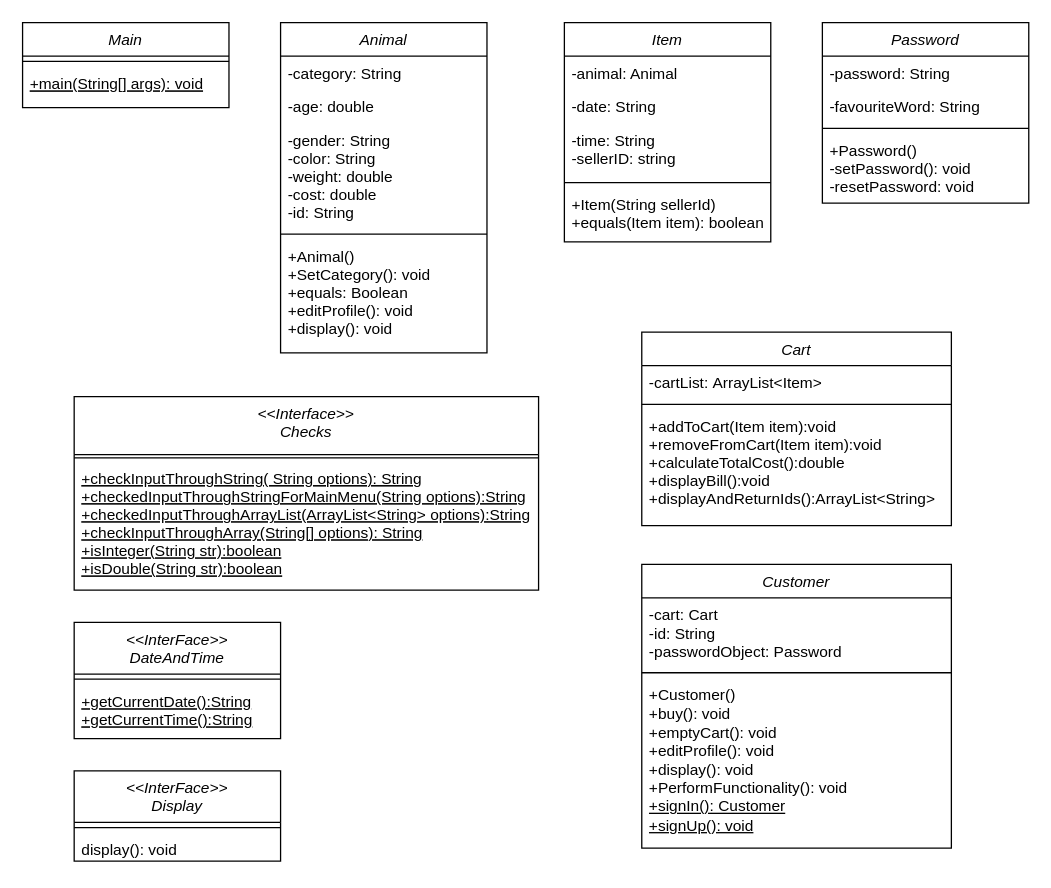
This is Diagram/ Analys_reflektion.drawio from GitoPot/Analys_reflektion, a draw.io file, before an edit. Source tidied: cells renumbered, new cells numbered last; positions are measured from the earlier drawing's top-left corner, leaving out a move shared by most shapes. Both pictures are drawn from the tidied source at 129%, with x=0, y=0 at pixel (22, 22).
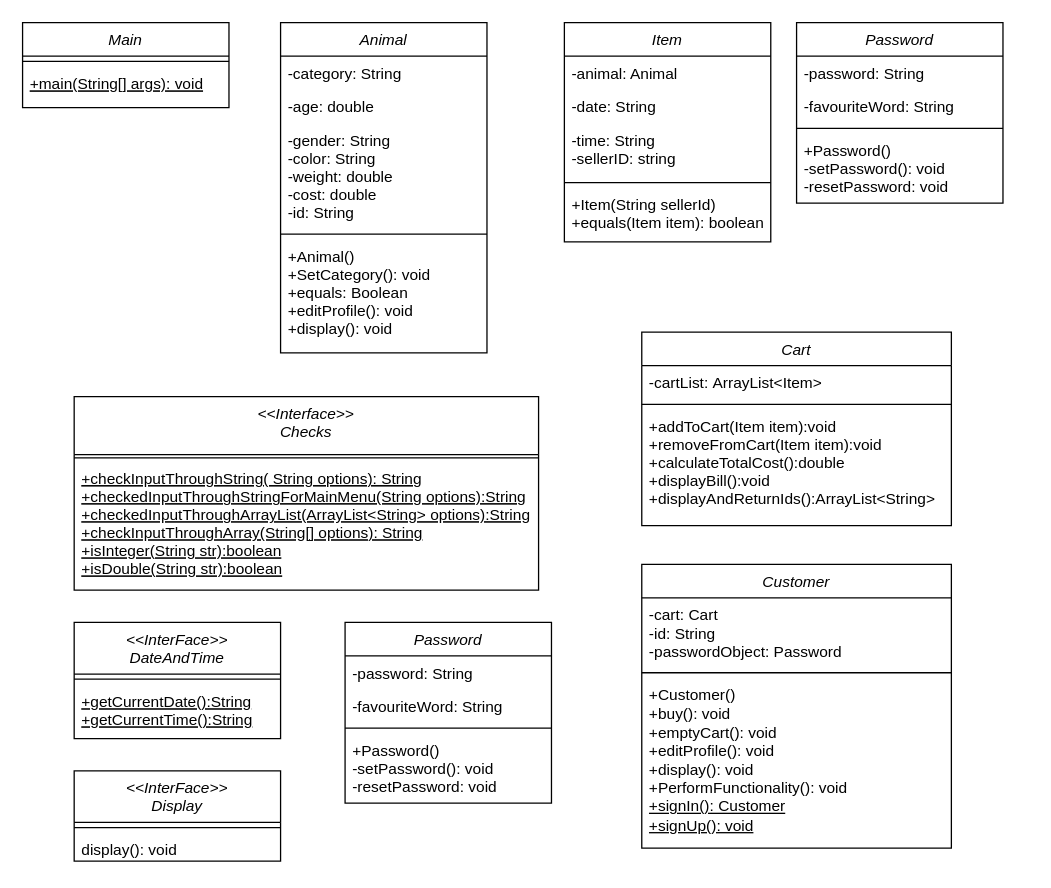
The same page after the edit.

Change to the diagram source:
```diff
@@
     <mxCell id="34" value="Password" style="swimlane;fontStyle=2;align=center;verticalAlign=top;horizontal=1;startSize=26;rounded=0;shadow=0;strokeWidth=1;" parent="1" vertex="1">
-      <mxGeometry x="620" width="160" height="140" as="geometry" />
+      <mxGeometry x="600" width="160" height="140" as="geometry" />
     </mxCell>
@@
+    <mxCell id="39" value="Password" style="swimlane;fontStyle=2;align=center;verticalAlign=top;horizontal=1;startSize=26;rounded=0;shadow=0;strokeWidth=1;" parent="1" vertex="1">
+      <mxGeometry x="250" y="465" width="160" height="140" as="geometry" />
+    </mxCell>
+    <mxCell id="40" value="-password: String" style="text;align=left;verticalAlign=top;spacingLeft=4;spacingRight=4;overflow=hidden;" parent="39" vertex="1">
+      <mxGeometry y="26" width="160" height="26" as="geometry" />
+    </mxCell>
+    <mxCell id="41" value="-favouriteWord: String" style="text;align=left;verticalAlign=top;spacingLeft=4;spacingRight=4;overflow=hidden;rounded=0;shadow=0;html=0;" parent="39" vertex="1">
+      <mxGeometry y="52" width="160" height="26" as="geometry" />
+    </mxCell>
+    <mxCell id="42" style="line;html=1;strokeWidth=1;align=left;verticalAlign=middle;spacingTop=-1;spacingLeft=3;spacingRight=3;labelPosition=right;" parent="39" vertex="1">
+      <mxGeometry y="78" width="160" height="8" as="geometry" />
+    </mxCell>
+    <mxCell id="43" value="+Password()&#10;-setPassword(): void&#10;-resetPassword: void&#10;" style="text;align=left;verticalAlign=top;spacingLeft=4;spacingRight=4;overflow=hidden;" parent="39" vertex="1">
+      <mxGeometry y="86" width="160" height="42" as="geometry" />
+    </mxCell>
```
